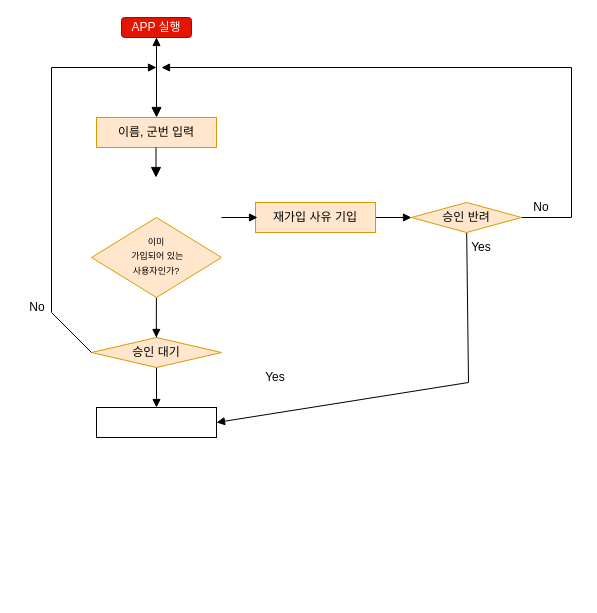
This is Untitled Diagram.drawio from kimww42/kimww42, a draw.io file, before an edit. Source tidied: cells renumbered, new cells numbered last; positions are measured from the earlier drawing's top-left corner, leaving out a move shared by most shapes. Both pictures are drawn from the tidied source at 100%, with x=0, y=0 at pixel (17, 17).
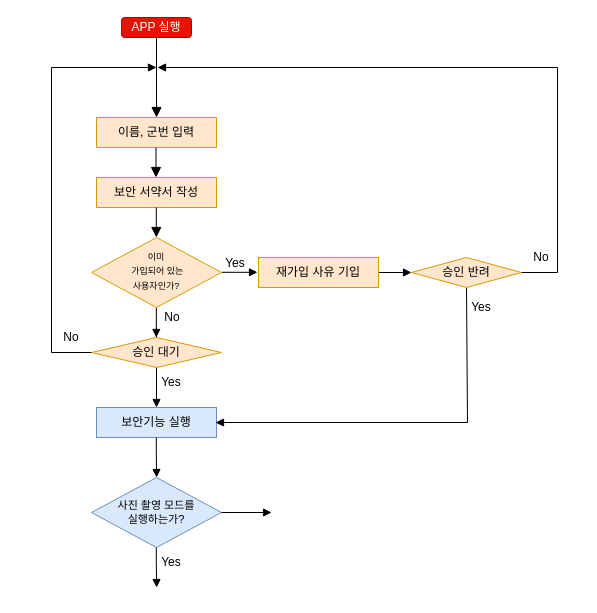
After the change.

Unchanged cells that the change refers to:
```xml
<mxCell id="3" value="APP 실행" style="rounded=1;whiteSpace=wrap;html=1;fontSize=12;glass=0;strokeWidth=1;shadow=0;fillColor=#e51400;strokeColor=#B20000;fontColor=#ffffff;" parent="1" vertex="1">
  <mxGeometry x="104" width="70" height="20" as="geometry" />
</mxCell>
<mxCell id="11" value="승인 대기" style="rhombus;whiteSpace=wrap;html=1;fillColor=#ffe6cc;strokeColor=#d79b00;" parent="1" vertex="1">
  <mxGeometry x="74" y="320" width="130" height="30" as="geometry" />
</mxCell>
```

Diff of the diagram source:
```diff
@@
-    <mxCell id="4" style="edgeStyle=none;rounded=0;jettySize=auto;html=1;endArrow=block;endFill=1;endSize=6;strokeWidth=1;" parent="1" edge="1" target="3">
-      <mxGeometry relative="1" as="geometry">
-        <mxPoint x="139" y="80" as="sourcePoint" />
-      </mxGeometry>
-    </mxCell>
@@
-    <mxCell id="8" style="whiteSpace=wrap;html=1;rounded=0;" parent="1" vertex="1">
+    <mxCell id="8" value="보안기능 실행" style="whiteSpace=wrap;html=1;rounded=0;fillColor=#dae8fc;strokeColor=#6c8ebf;" parent="1" vertex="1">
       <mxGeometry x="79" y="390" width="120" height="30" as="geometry" />
     </mxCell>
@@
     <mxCell id="10" value="재가입 사유 기입" style="whiteSpace=wrap;html=1;rounded=0;fillColor=#ffe6cc;strokeColor=#d79b00;" parent="1" vertex="1">
-      <mxGeometry x="238" y="185" width="120" height="30" as="geometry" />
+      <mxGeometry x="241" y="240" width="120" height="30" as="geometry" />
     </mxCell>
@@
-    <mxCell id="12" style="edgeStyle=none;rounded=0;jettySize=auto;html=1;endArrow=block;endFill=1;endSize=6;strokeWidth=1;" parent="1" edge="1" source="14">
+    <mxCell id="12" style="edgeStyle=none;rounded=0;orthogonalLoop=1;jettySize=auto;html=1;endArrow=block;endFill=1;endSize=6;strokeWidth=1;" parent="1" edge="1">
       <mxGeometry relative="1" as="geometry">
-        <mxPoint x="144" y="50" as="targetPoint" />
+        <mxPoint x="500" y="255" as="sourcePoint" />
+        <mxPoint x="140" y="50" as="targetPoint" />
         <Array as="points">
-          <mxPoint x="554" y="200" />
-          <mxPoint x="554" y="50" />
+          <mxPoint x="540" y="255" />
+          <mxPoint x="540" y="50" />
         </Array>
       </mxGeometry>
     </mxCell>
-    <mxCell id="13" style="edgeStyle=none;rounded=0;jettySize=auto;html=1;endArrow=block;endFill=1;endSize=6;strokeWidth=1;entryX=1;entryY=0.5;entryDx=0;entryDy=0;" parent="1" edge="1" source="14" target="8">
+    <mxCell id="13" style="edgeStyle=none;rounded=0;jettySize=auto;html=1;endArrow=block;endFill=1;endSize=6;strokeWidth=1;entryX=1;entryY=0.5;entryDx=0;entryDy=0;exitX=0.5;exitY=1;exitDx=0;exitDy=0;" parent="1" edge="1" source="14">
       <mxGeometry relative="1" as="geometry">
+        <mxPoint x="198" y="405" as="targetPoint" />
         <Array as="points">
-          <mxPoint x="451" y="365" />
+          <mxPoint x="450" y="405" />
         </Array>
       </mxGeometry>
     </mxCell>
     <mxCell id="14" value="승인 반려" style="rhombus;whiteSpace=wrap;html=1;rounded=0;fillColor=#ffe6cc;strokeColor=#d79b00;" parent="1" vertex="1">
-      <mxGeometry x="394" y="185" width="110" height="30" as="geometry" />
+      <mxGeometry x="394" y="240" width="110" height="30" as="geometry" />
     </mxCell>
     <mxCell id="15" value="No" style="text;html=1;strokeColor=none;fillColor=none;align=center;verticalAlign=middle;whiteSpace=wrap;rounded=0;" parent="1" vertex="1">
-      <mxGeometry x="504" y="180" width="40" height="20" as="geometry" />
+      <mxGeometry x="504" y="230" width="40" height="20" as="geometry" />
     </mxCell>
     <mxCell id="16" style="edgeStyle=none;rounded=0;jettySize=auto;html=1;endArrow=block;endFill=1;endSize=6;strokeWidth=1;exitX=0;exitY=0.5;exitDx=0;exitDy=0;" parent="1" edge="1" source="11">
       <mxGeometry relative="1" as="geometry">
         <mxPoint x="139" y="50" as="targetPoint" />
         <Array as="points">
-          <mxPoint x="34" y="295" />
+          <mxPoint x="34" y="335" />
           <mxPoint x="34" y="50" />
         </Array>
       </mxGeometry>
     </mxCell>
     <mxCell id="17" value="No" style="text;html=1;strokeColor=none;fillColor=none;align=center;verticalAlign=middle;whiteSpace=wrap;rounded=0;" parent="1" vertex="1">
-      <mxGeometry y="280" width="40" height="20" as="geometry" />
+      <mxGeometry x="34" y="310" width="40" height="20" as="geometry" />
     </mxCell>
     <mxCell id="18" value="Yes" style="text;html=1;strokeColor=none;fillColor=none;align=center;verticalAlign=middle;whiteSpace=wrap;rounded=0;" parent="1" vertex="1">
-      <mxGeometry x="238" y="350" width="40" height="20" as="geometry" />
+      <mxGeometry x="134" y="355" width="40" height="20" as="geometry" />
     </mxCell>
     <mxCell id="19" value="Yes" style="text;html=1;strokeColor=none;fillColor=none;align=center;verticalAlign=middle;whiteSpace=wrap;rounded=0;" parent="1" vertex="1">
-      <mxGeometry x="444" y="220" width="40" height="20" as="geometry" />
+      <mxGeometry x="444" y="280" width="40" height="20" as="geometry" />
     </mxCell>
     <mxCell id="20" style="edgeStyle=none;rounded=0;orthogonalLoop=1;jettySize=auto;html=1;endArrow=block;endFill=1;endSize=6;strokeWidth=1;" parent="1" edge="1">
       <mxGeometry relative="1" as="geometry">
-        <mxPoint x="204" y="200" as="sourcePoint" />
-        <mxPoint x="240" y="200" as="targetPoint" />
+        <mxPoint x="204" y="254.8" as="sourcePoint" />
+        <mxPoint x="240" y="254.8" as="targetPoint" />
       </mxGeometry>
     </mxCell>
@@
     <mxCell id="23" value="&lt;font style=&quot;font-size: 9px&quot;&gt;이미&lt;br&gt;&amp;nbsp;가입되어 있는&lt;br&gt;사용자인가?&lt;/font&gt;" style="rhombus;whiteSpace=wrap;html=1;shadow=0;fontFamily=Helvetica;fontSize=12;align=center;strokeWidth=1;spacing=6;spacingTop=-4;fillColor=#ffe6cc;strokeColor=#d79b00;" parent="1" vertex="1">
-      <mxGeometry x="74" y="200" width="130" height="80" as="geometry" />
+      <mxGeometry x="74" y="220" width="130" height="70" as="geometry" />
     </mxCell>
+    <mxCell id="24" value="보안 서약서 작성" style="rounded=0;whiteSpace=wrap;html=1;fillColor=#ffe6cc;strokeColor=#d79b00;" parent="1" vertex="1">
+      <mxGeometry x="79" y="160" width="120" height="30" as="geometry" />
+    </mxCell>
+    <mxCell id="25" style="rounded=0;html=1;jettySize=auto;orthogonalLoop=1;fontSize=11;endArrow=block;endFill=1;endSize=8;strokeWidth=1;shadow=0;labelBackgroundColor=none;edgeStyle=orthogonalEdgeStyle;" parent="1" edge="1">
+      <mxGeometry relative="1" as="geometry">
+        <mxPoint x="138.8" y="190" as="sourcePoint" />
+        <mxPoint x="138.8" y="220" as="targetPoint" />
+        <Array as="points">
+          <mxPoint x="138.8" y="210" />
+          <mxPoint x="138.8" y="210" />
+        </Array>
+      </mxGeometry>
+    </mxCell>
+    <mxCell id="26" style="edgeStyle=orthogonalEdgeStyle;rounded=0;orthogonalLoop=1;jettySize=auto;html=1;endArrow=block;endFill=1;" parent="1" edge="1">
+      <mxGeometry relative="1" as="geometry">
+        <mxPoint x="138.8" y="420" as="sourcePoint" />
+        <mxPoint x="139.1" y="460" as="targetPoint" />
+        <Array as="points">
+          <mxPoint x="139.1" y="435" />
+        </Array>
+      </mxGeometry>
+    </mxCell>
+    <mxCell id="27" value="사진 촬영 모드를&lt;br style=&quot;font-size: 11px;&quot;&gt;실행하는가?" style="rhombus;whiteSpace=wrap;html=1;fillColor=#dae8fc;strokeColor=#6c8ebf;fontSize=11;" parent="1" vertex="1">
+      <mxGeometry x="74" y="460" width="130" height="70" as="geometry" />
+    </mxCell>
+    <mxCell id="28" style="edgeStyle=orthogonalEdgeStyle;rounded=0;orthogonalLoop=1;jettySize=auto;html=1;endArrow=block;endFill=1;" parent="1" edge="1">
+      <mxGeometry relative="1" as="geometry">
+        <mxPoint x="204" y="495" as="sourcePoint" />
+        <mxPoint x="254" y="495" as="targetPoint" />
+        <Array as="points">
+          <mxPoint x="204" y="495" />
+        </Array>
+      </mxGeometry>
+    </mxCell>
+    <mxCell id="29" style="edgeStyle=orthogonalEdgeStyle;rounded=0;orthogonalLoop=1;jettySize=auto;html=1;endArrow=block;endFill=1;" parent="1" edge="1">
+      <mxGeometry relative="1" as="geometry">
+        <mxPoint x="138.8" y="530" as="sourcePoint" />
+        <mxPoint x="139.2" y="570" as="targetPoint" />
+        <Array as="points">
+          <mxPoint x="139.2" y="545" />
+        </Array>
+      </mxGeometry>
+    </mxCell>
+    <mxCell id="30" value="Yes" style="text;html=1;strokeColor=none;fillColor=none;align=center;verticalAlign=middle;whiteSpace=wrap;rounded=0;" parent="1" vertex="1">
+      <mxGeometry x="134" y="535" width="40" height="20" as="geometry" />
+    </mxCell>
+    <mxCell id="31" value="Yes" style="text;html=1;strokeColor=none;fillColor=none;align=center;verticalAlign=middle;whiteSpace=wrap;rounded=0;" parent="1" vertex="1">
+      <mxGeometry x="198" y="236" width="40" height="20" as="geometry" />
+    </mxCell>
+    <mxCell id="32" value="No" style="text;html=1;strokeColor=none;fillColor=none;align=center;verticalAlign=middle;whiteSpace=wrap;rounded=0;" parent="1" vertex="1">
+      <mxGeometry x="135" y="290" width="40" height="20" as="geometry" />
+    </mxCell>
```
